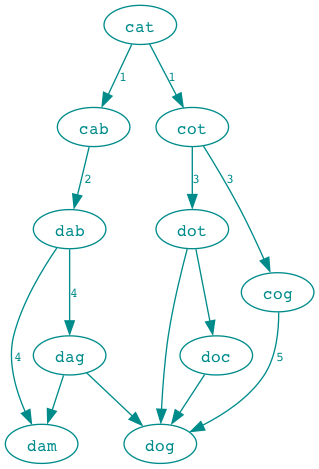
ToF-/CodeKatas keeps this Graphviz diagram as word-ladder/src/images/example-with-label.png. Above is the earlier version. Its source is kept beside it as word-ladder/src/example-with-label.gv.
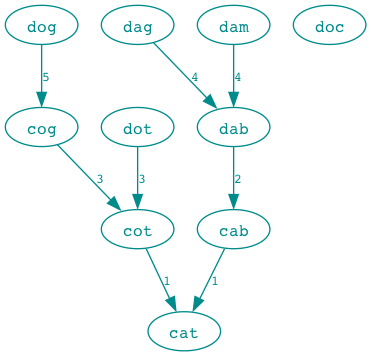
Above is the later version.

The edit, as a diff of the source:
```diff
@@ -1,17 +1,14 @@
 strict digraph ip_map {
     node [colorscheme="SVG",width=0.5,height=0.2,shape = ellipse,fontcolor="darkcyan",fontsize=12,fontname="Courier",color="darkcyan"];
     edge [colorscheme="SVG",color="darkcyan",fontcolor="darkcyan",fontsize=10,fontname="Courier"];
-    cab -> { dab } [label="2"];
-    cat -> { cot } [label="1"];
-    cat -> { cab } [label="1"];
-    cot -> { cog } [label="3"];
-    cot -> { dot } [label="3"];
-    dab -> { dag } [label="4"];
-    dab -> { dam } [label="4"];
-    cog -> { dog } [label="5"];
-    dot -> { doc };
-    dot -> { dog };
-    dag -> { dam };
-    dag -> { dog };
-    doc -> { dog };
+    cab -> { cat } [label="1"];
+    cot -> { cat } [label="1"];
+    dab -> { cab } [label="2"];
+    cog -> { cot } [label="3"];
+    dot -> { cot } [label="3"];
+    dag -> { dab } [label="4"];
+    dam -> { dab } [label="4"];
+    dog -> { cog } [label="5"];
+    doc;
+
 }
```
